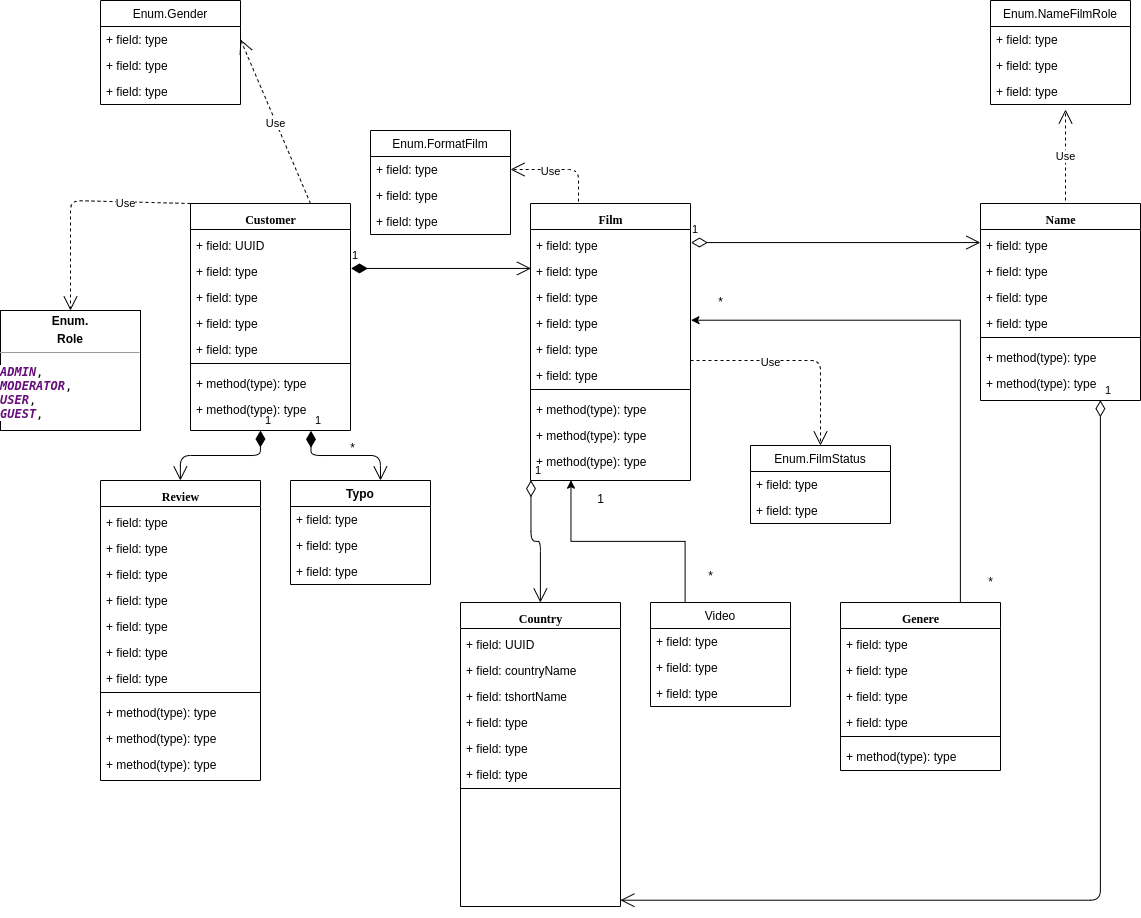
eglushenko/kinoproject keeps this draw.io diagram as domain-model-diagrams/kinoproject.png. Above is the earlier version. Source tidied: cells renumbered, new cells last; positions are measured from the earlier drawing's top-left corner, leaving out a move shared by most shapes.
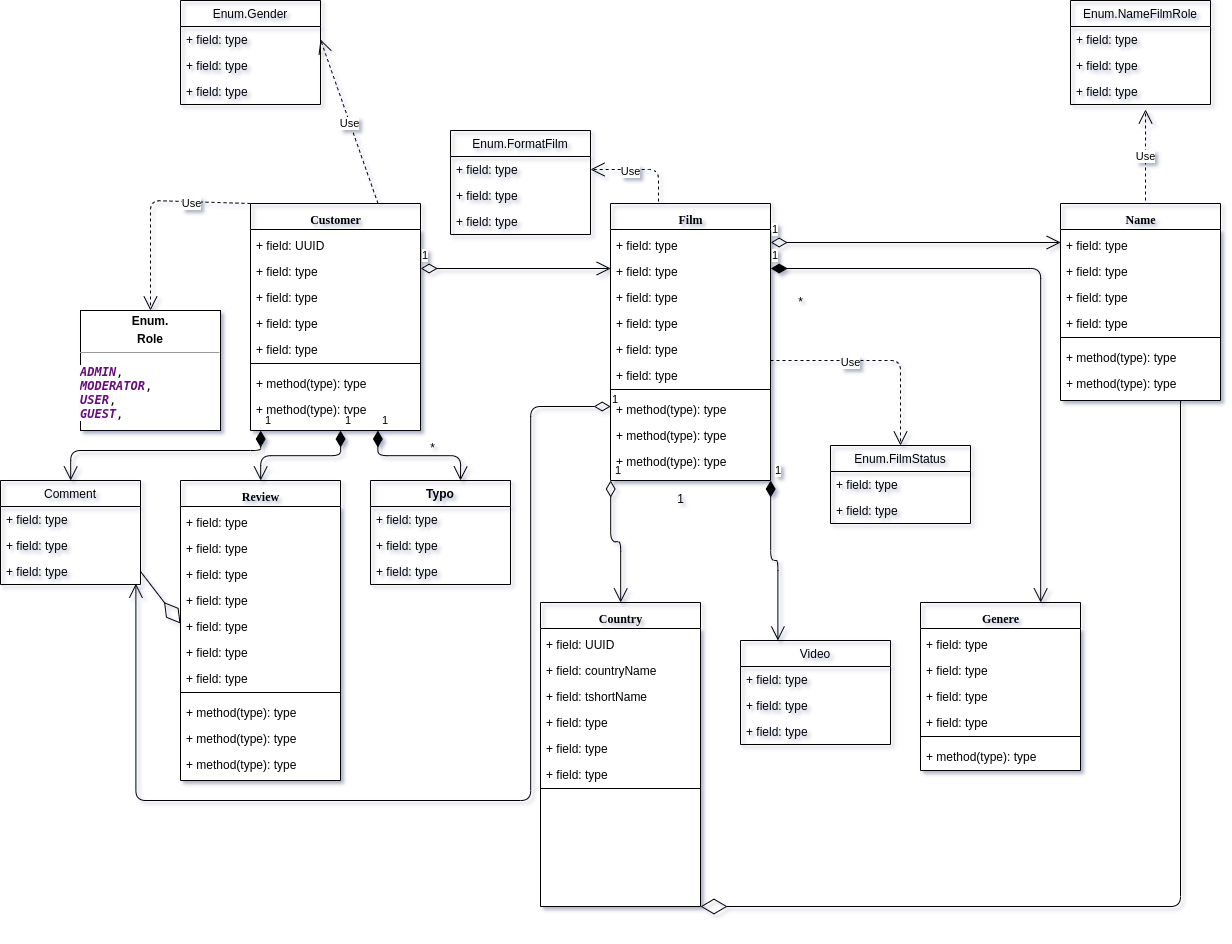
After the commit.

What changed in the source:
```diff
@@ -3,31 +3,31 @@
     <mxCell id="0" />
     <mxCell id="1" parent="0" />
     <mxCell id="2" value="Customer" style="swimlane;html=1;fontStyle=1;align=center;verticalAlign=top;horizontal=1;startSize=26;swimlaneFillColor=#ffffff;rounded=0;shadow=0;comic=0;labelBackgroundColor=none;strokeWidth=1;fillColor=none;fontFamily=Verdana;fontSize=12;" parent="1" vertex="1">
-      <mxGeometry x="190" y="203" width="160" height="227" as="geometry" />
+      <mxGeometry x="170" y="203" width="170" height="227" as="geometry" />
     </mxCell>
     <mxCell id="3" value="+ field: UUID" style="text;html=1;strokeColor=none;fillColor=none;align=left;verticalAlign=top;spacingLeft=4;spacingRight=4;whiteSpace=wrap;overflow=hidden;" parent="2" vertex="1">
-      <mxGeometry y="26" width="160" height="26" as="geometry" />
+      <mxGeometry y="26" width="170" height="26" as="geometry" />
     </mxCell>
     <mxCell id="4" value="+ field: type" style="text;html=1;strokeColor=none;fillColor=none;align=left;verticalAlign=top;spacingLeft=4;spacingRight=4;whiteSpace=wrap;overflow=hidden;points=[[0,0.5],[1,0.5]];portConstraint=eastwest;" parent="2" vertex="1">
-      <mxGeometry y="52" width="160" height="26" as="geometry" />
+      <mxGeometry y="52" width="170" height="26" as="geometry" />
     </mxCell>
     <mxCell id="5" value="+ field: type" style="text;html=1;strokeColor=none;fillColor=none;align=left;verticalAlign=top;spacingLeft=4;spacingRight=4;whiteSpace=wrap;overflow=hidden;" parent="2" vertex="1">
-      <mxGeometry y="78" width="160" height="26" as="geometry" />
+      <mxGeometry y="78" width="170" height="26" as="geometry" />
     </mxCell>
     <mxCell id="6" value="+ field: type" style="text;html=1;strokeColor=none;fillColor=none;align=left;verticalAlign=top;spacingLeft=4;spacingRight=4;whiteSpace=wrap;overflow=hidden;" parent="2" vertex="1">
-      <mxGeometry y="104" width="160" height="26" as="geometry" />
+      <mxGeometry y="104" width="170" height="26" as="geometry" />
     </mxCell>
     <mxCell id="7" value="+ field: type" style="text;html=1;strokeColor=none;fillColor=none;align=left;verticalAlign=top;spacingLeft=4;spacingRight=4;whiteSpace=wrap;overflow=hidden;" parent="2" vertex="1">
-      <mxGeometry y="130" width="160" height="26" as="geometry" />
+      <mxGeometry y="130" width="170" height="26" as="geometry" />
     </mxCell>
     <mxCell id="8" style="line;html=1;strokeWidth=1;fillColor=none;align=left;verticalAlign=middle;spacingTop=-1;spacingLeft=3;spacingRight=3;labelPosition=right;" parent="2" vertex="1">
-      <mxGeometry y="156" width="160" height="8" as="geometry" />
+      <mxGeometry y="156" width="170" height="8" as="geometry" />
     </mxCell>
     <mxCell id="9" value="+ method(type): type" style="text;html=1;strokeColor=none;fillColor=none;align=left;verticalAlign=top;spacingLeft=4;spacingRight=4;whiteSpace=wrap;overflow=hidden;" parent="2" vertex="1">
-      <mxGeometry y="164" width="160" height="26" as="geometry" />
+      <mxGeometry y="164" width="170" height="26" as="geometry" />
     </mxCell>
     <mxCell id="10" value="+ method(type): type" style="text;html=1;strokeColor=none;fillColor=none;align=left;verticalAlign=top;spacingLeft=4;spacingRight=4;whiteSpace=wrap;overflow=hidden;" parent="2" vertex="1">
-      <mxGeometry y="190" width="160" height="26" as="geometry" />
+      <mxGeometry y="190" width="170" height="26" as="geometry" />
     </mxCell>
     <mxCell id="11" value="Film" style="swimlane;html=1;fontStyle=1;align=center;verticalAlign=top;horizontal=1;startSize=26;swimlaneFillColor=#ffffff;rounded=0;shadow=0;comic=0;labelBackgroundColor=none;strokeWidth=1;fillColor=none;fontFamily=Verdana;fontSize=12;" parent="1" vertex="1">
       <mxGeometry x="530" y="203" width="160" height="277" as="geometry" />
@@ -146,9 +146,6 @@
     <mxCell id="49" style="line;html=1;strokeWidth=1;fillColor=none;align=left;verticalAlign=middle;spacingTop=-1;spacingLeft=3;spacingRight=3;labelPosition=right;" parent="42" vertex="1">
       <mxGeometry y="182" width="160" height="8" as="geometry" />
     </mxCell>
-    <mxCell id="50" style="edgeStyle=orthogonalEdgeStyle;rounded=0;jettySize=auto;html=1;exitX=0.75;exitY=0;exitDx=0;exitDy=0;entryX=1;entryY=0.5;entryDx=0;entryDy=0;" parent="1" edge="1" source="51" target="15">
-      <mxGeometry relative="1" as="geometry" />
-    </mxCell>
     <mxCell id="51" value="Genere" style="swimlane;html=1;fontStyle=1;align=center;verticalAlign=top;horizontal=1;startSize=26;swimlaneFillColor=#ffffff;rounded=0;shadow=0;comic=0;labelBackgroundColor=none;strokeWidth=1;fillColor=none;fontFamily=Verdana;fontSize=12;" parent="1" vertex="1">
       <mxGeometry x="840" y="602" width="160" height="168" as="geometry" />
     </mxCell>
@@ -214,20 +211,17 @@
         <mxPoint x="90" as="targetPoint" />
       </mxGeometry>
     </mxCell>
-    <mxCell id="69" style="edgeStyle=orthogonalEdgeStyle;rounded=0;jettySize=auto;html=1;exitX=0.25;exitY=0;exitDx=0;exitDy=0;entryX=0.25;entryY=1;entryDx=0;entryDy=0;" parent="1" edge="1" source="70" target="11">
-      <mxGeometry relative="1" as="geometry" />
-    </mxCell>
     <mxCell id="70" value="Video" style="swimlane;fontStyle=0;horizontal=1;startSize=26;fillColor=none;" parent="1" vertex="1">
-      <mxGeometry x="650" y="602" width="140" height="104" as="geometry" />
+      <mxGeometry x="660" y="640" width="150" height="104" as="geometry" />
     </mxCell>
     <mxCell id="71" value="+ field: type" style="text;strokeColor=none;fillColor=none;align=left;verticalAlign=top;spacingLeft=4;spacingRight=4;overflow=hidden;" parent="70" vertex="1">
-      <mxGeometry y="26" width="140" height="26" as="geometry" />
+      <mxGeometry y="26" width="150" height="26" as="geometry" />
     </mxCell>
     <mxCell id="72" value="+ field: type" style="text;strokeColor=none;fillColor=none;align=left;verticalAlign=top;spacingLeft=4;spacingRight=4;overflow=hidden;" parent="70" vertex="1">
-      <mxGeometry y="52" width="140" height="26" as="geometry" />
+      <mxGeometry y="52" width="150" height="26" as="geometry" />
     </mxCell>
     <mxCell id="73" value="+ field: type" style="text;strokeColor=none;fillColor=none;align=left;verticalAlign=top;spacingLeft=4;spacingRight=4;overflow=hidden;" parent="70" vertex="1">
-      <mxGeometry y="78" width="140" height="26" as="geometry" />
+      <mxGeometry y="78" width="150" height="26" as="geometry" />
     </mxCell>
     <mxCell id="74" value="Enum.FormatFilm" style="swimlane;fontStyle=0;horizontal=1;startSize=26;fillColor=none;" parent="1" vertex="1">
       <mxGeometry x="370" y="130" width="140" height="104" as="geometry" />
@@ -268,12 +262,6 @@
     <mxCell id="84" value="*" style="text;html=1;align=center;verticalAlign=middle;" parent="1" vertex="1">
       <mxGeometry x="710" y="290" width="20" height="20" as="geometry" />
     </mxCell>
-    <mxCell id="85" value="*" style="text;html=1;align=center;verticalAlign=middle;" parent="1" vertex="1">
-      <mxGeometry x="980" y="570" width="20" height="20" as="geometry" />
-    </mxCell>
-    <mxCell id="86" value="*" style="text;html=1;align=center;verticalAlign=middle;" parent="1" vertex="1">
-      <mxGeometry x="700" y="564" width="20" height="20" as="geometry" />
-    </mxCell>
     <mxCell id="87" value="1" style="text;html=1;align=center;verticalAlign=middle;" parent="1" vertex="1">
       <mxGeometry x="590" y="487" width="20" height="20" as="geometry" />
     </mxCell>
@@ -300,23 +288,68 @@
         <mxPoint x="260" y="430" as="sourcePoint" />
       </mxGeometry>
     </mxCell>
+    <mxCell id="96" value="1" style="endArrow=open;html=1;endSize=12;startArrow=diamondThin;startSize=14;startFill=0;edgeStyle=orthogonalEdgeStyle;align=left;verticalAlign=bottom;entryX=0.5;entryY=0;entryDx=0;entryDy=0;exitX=0;exitY=1;exitDx=0;exitDy=0;" parent="1" edge="1" source="11" target="42">
+      <mxGeometry x="-1" y="3" relative="1" as="geometry" />
+    </mxCell>
+    <mxCell id="98" value="1" style="endArrow=open;html=1;endSize=12;startArrow=diamondThin;startSize=14;startFill=0;edgeStyle=orthogonalEdgeStyle;align=left;verticalAlign=bottom;exitX=1;exitY=0.5;exitDx=0;exitDy=0;entryX=0;entryY=0.5;entryDx=0;entryDy=0;" parent="1" edge="1" source="12" target="23">
+      <mxGeometry x="-1" y="3" relative="1" as="geometry" />
+    </mxCell>
+    <mxCell id="99" style="endArrow=diamondThin;endFill=0;endSize=24;html=1;entryX=1;entryY=1;entryDx=0;entryDy=0;exitX=0.75;exitY=1;exitDx=0;exitDy=0;" parent="1" edge="1" source="22" target="42">
+      <mxGeometry relative="1" as="geometry">
+        <Array as="points">
+          <mxPoint x="1100" y="906" />
+        </Array>
+      </mxGeometry>
+    </mxCell>
+    <mxCell id="100" value="Comment" style="swimlane;fontStyle=0;horizontal=1;startSize=26;fillColor=none;" parent="1" vertex="1">
+      <mxGeometry x="-80" y="480" width="140" height="104" as="geometry" />
+    </mxCell>
+    <mxCell id="101" value="+ field: type" style="text;strokeColor=none;fillColor=none;align=left;verticalAlign=top;spacingLeft=4;spacingRight=4;overflow=hidden;" parent="100" vertex="1">
+      <mxGeometry y="26" width="140" height="26" as="geometry" />
+    </mxCell>
+    <mxCell id="102" value="+ field: type" style="text;strokeColor=none;fillColor=none;align=left;verticalAlign=top;spacingLeft=4;spacingRight=4;overflow=hidden;" parent="100" vertex="1">
+      <mxGeometry y="52" width="140" height="26" as="geometry" />
+    </mxCell>
+    <mxCell id="103" value="+ field: type" style="text;strokeColor=none;fillColor=none;align=left;verticalAlign=top;spacingLeft=4;spacingRight=4;overflow=hidden;points=[[0,0.5],[1,0.5]];portConstraint=eastwest;" parent="100" vertex="1">
+      <mxGeometry y="78" width="140" height="26" as="geometry" />
+    </mxCell>
+    <mxCell id="104" style="endArrow=diamondThin;endFill=0;endSize=24;html=1;entryX=0;entryY=0.5;entryDx=0;entryDy=0;exitX=1;exitY=0.5;exitDx=0;exitDy=0;" parent="1" edge="1" source="103" target="35">
+      <mxGeometry relative="1" as="geometry" />
+    </mxCell>
+    <mxCell id="105" value="1" style="endArrow=open;html=1;endSize=12;startArrow=diamondThin;startSize=14;startFill=1;edgeStyle=orthogonalEdgeStyle;align=left;verticalAlign=bottom;entryX=0.5;entryY=0;entryDx=0;entryDy=0;" parent="1" edge="1" target="100">
+      <mxGeometry x="-1" y="3" relative="1" as="geometry">
+        <mxPoint x="180" y="430" as="sourcePoint" />
+        <Array as="points">
+          <mxPoint x="180" y="450" />
+          <mxPoint x="-10" y="450" />
+        </Array>
+      </mxGeometry>
+    </mxCell>
+    <mxCell id="106" style="edgeStyle=orthogonalEdgeStyle;rounded=0;jettySize=auto;html=1;entryX=0;entryY=1;entryDx=0;entryDy=0;" parent="1" edge="1" target="2">
+      <mxGeometry relative="1" as="geometry">
+        <mxPoint x="170" y="430" as="sourcePoint" />
+        <Array as="points">
+          <mxPoint x="170" y="430" />
+        </Array>
+      </mxGeometry>
+    </mxCell>
+    <mxCell id="107" value="1" style="endArrow=open;html=1;endSize=12;startArrow=diamondThin;startSize=14;startFill=0;edgeStyle=orthogonalEdgeStyle;align=left;verticalAlign=bottom;exitX=0;exitY=0.5;exitDx=0;exitDy=0;entryX=0.966;entryY=0.971;entryDx=0;entryDy=0;entryPerimeter=0;" parent="1" edge="1" source="19" target="103">
+      <mxGeometry x="-1" y="3" relative="1" as="geometry">
+        <Array as="points">
+          <mxPoint x="450" y="406" />
+          <mxPoint x="450" y="800" />
+          <mxPoint x="55" y="800" />
+        </Array>
+      </mxGeometry>
+    </mxCell>
-    <mxCell id="95" value="1" style="endArrow=open;html=1;endSize=12;startArrow=diamondThin;startSize=14;startFill=1;edgeStyle=orthogonalEdgeStyle;align=left;verticalAlign=bottom;exitX=1;exitY=0.5;exitDx=0;exitDy=0;entryX=0;entryY=0.5;entryDx=0;entryDy=0;" parent="1" edge="1" source="4" target="13">
+    <mxCell id="95" value="1" style="endArrow=open;html=1;endSize=12;startArrow=diamondThin;startSize=14;startFill=0;edgeStyle=orthogonalEdgeStyle;align=left;verticalAlign=bottom;entryX=0;entryY=0.5;entryDx=0;entryDy=0;exitX=1;exitY=0.5;exitDx=0;exitDy=0;" parent="1" edge="1" source="4" target="13">
       <mxGeometry x="-1" y="3" relative="1" as="geometry" />
     </mxCell>
-    <mxCell id="96" value="1" style="endArrow=open;html=1;endSize=12;startArrow=diamondThin;startSize=14;startFill=0;edgeStyle=orthogonalEdgeStyle;align=left;verticalAlign=bottom;entryX=0.5;entryY=0;entryDx=0;entryDy=0;exitX=0;exitY=1;exitDx=0;exitDy=0;" parent="1" edge="1" source="11" target="42">
-      <mxGeometry x="-1" y="3" relative="1" as="geometry" />
-    </mxCell>
-    <mxCell id="97" value="1" style="endArrow=open;html=1;endSize=12;startArrow=diamondThin;startSize=14;startFill=0;edgeStyle=orthogonalEdgeStyle;align=left;verticalAlign=bottom;exitX=0.75;exitY=1;exitDx=0;exitDy=0;" parent="1" edge="1" source="22">
-      <mxGeometry x="-1" y="3" relative="1" as="geometry">
-        <mxPoint x="620" y="900" as="targetPoint" />
-        <Array as="points">
-          <mxPoint x="1100" y="900" />
-          <mxPoint x="620" y="900" />
-        </Array>
-      </mxGeometry>
-    </mxCell>
-    <mxCell id="98" value="1" style="endArrow=open;html=1;endSize=12;startArrow=diamondThin;startSize=14;startFill=0;edgeStyle=orthogonalEdgeStyle;align=left;verticalAlign=bottom;exitX=1;exitY=0.5;exitDx=0;exitDy=0;entryX=0;entryY=0.5;entryDx=0;entryDy=0;" parent="1" edge="1" source="12" target="23">
-      <mxGeometry x="-1" y="3" relative="1" as="geometry" />
-    </mxCell>
+    <mxCell id="108" value="1" style="endArrow=open;html=1;endSize=12;startArrow=diamondThin;startSize=14;startFill=1;edgeStyle=orthogonalEdgeStyle;align=left;verticalAlign=bottom;entryX=0.25;entryY=0;entryDx=0;entryDy=0;exitX=1;exitY=1;exitDx=0;exitDy=0;" parent="1" edge="1" source="11" target="70">
+      <mxGeometry x="-1" y="3" relative="1" as="geometry" />
+    </mxCell>
+    <mxCell id="109" value="1" style="endArrow=open;html=1;endSize=12;startArrow=diamondThin;startSize=14;startFill=1;edgeStyle=orthogonalEdgeStyle;align=left;verticalAlign=bottom;exitX=1;exitY=0.5;exitDx=0;exitDy=0;entryX=0.75;entryY=0;entryDx=0;entryDy=0;" parent="1" edge="1" source="13" target="51">
+      <mxGeometry x="-1" y="3" relative="1" as="geometry" />
+    </mxCell>
   </root>
 </mxGraphModel>
```
